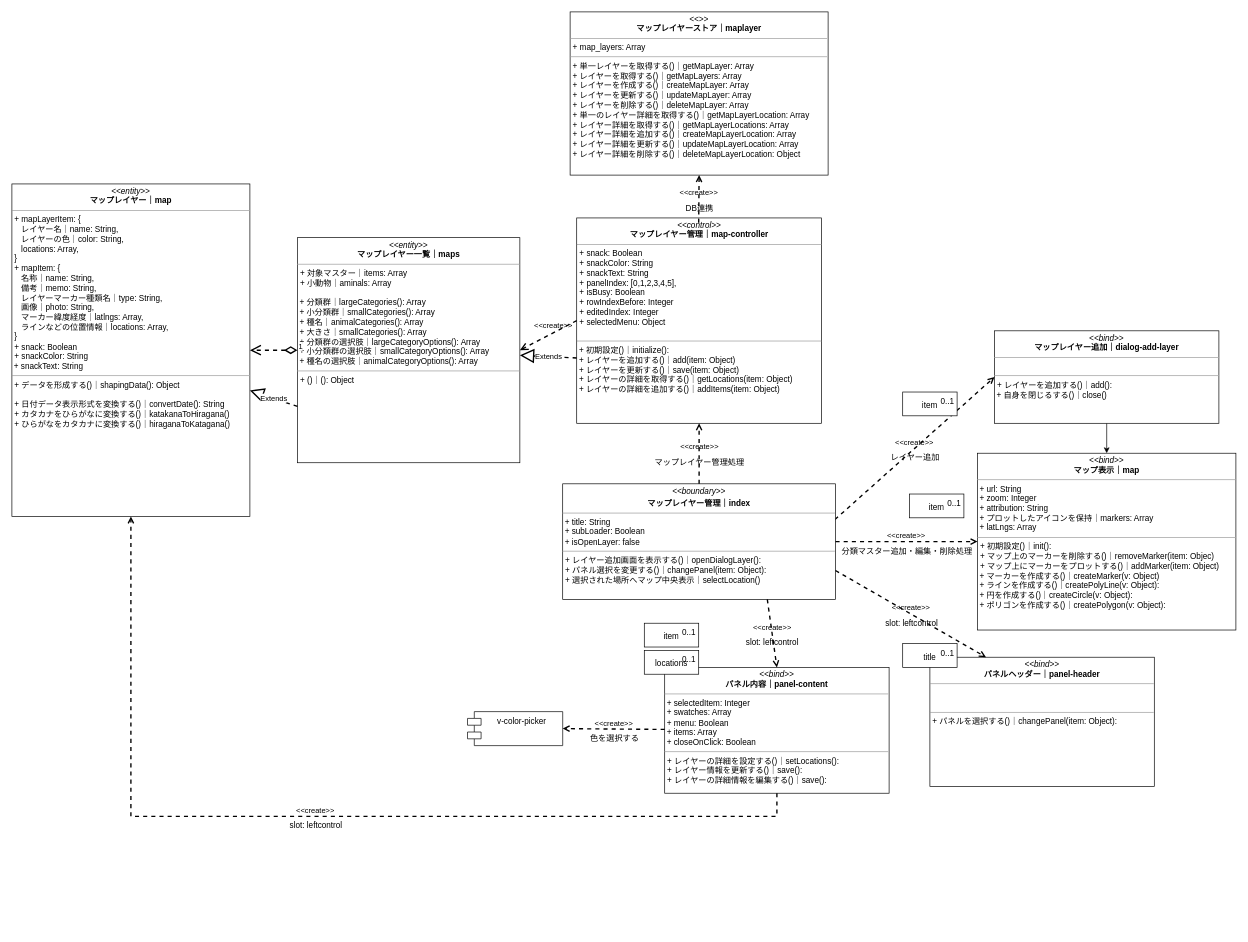
Before: iriomote-anymaps.drawio in kaoru387/draw.io, a draw.io diagram. Source tidied: cells renumbered, new cells numbered last; positions are measured from the earlier drawing's top-left corner, leaving out a move shared by most shapes. Both pictures are drawn from the tidied source at 68%, with x=0, y=0 at pixel (12, 12).
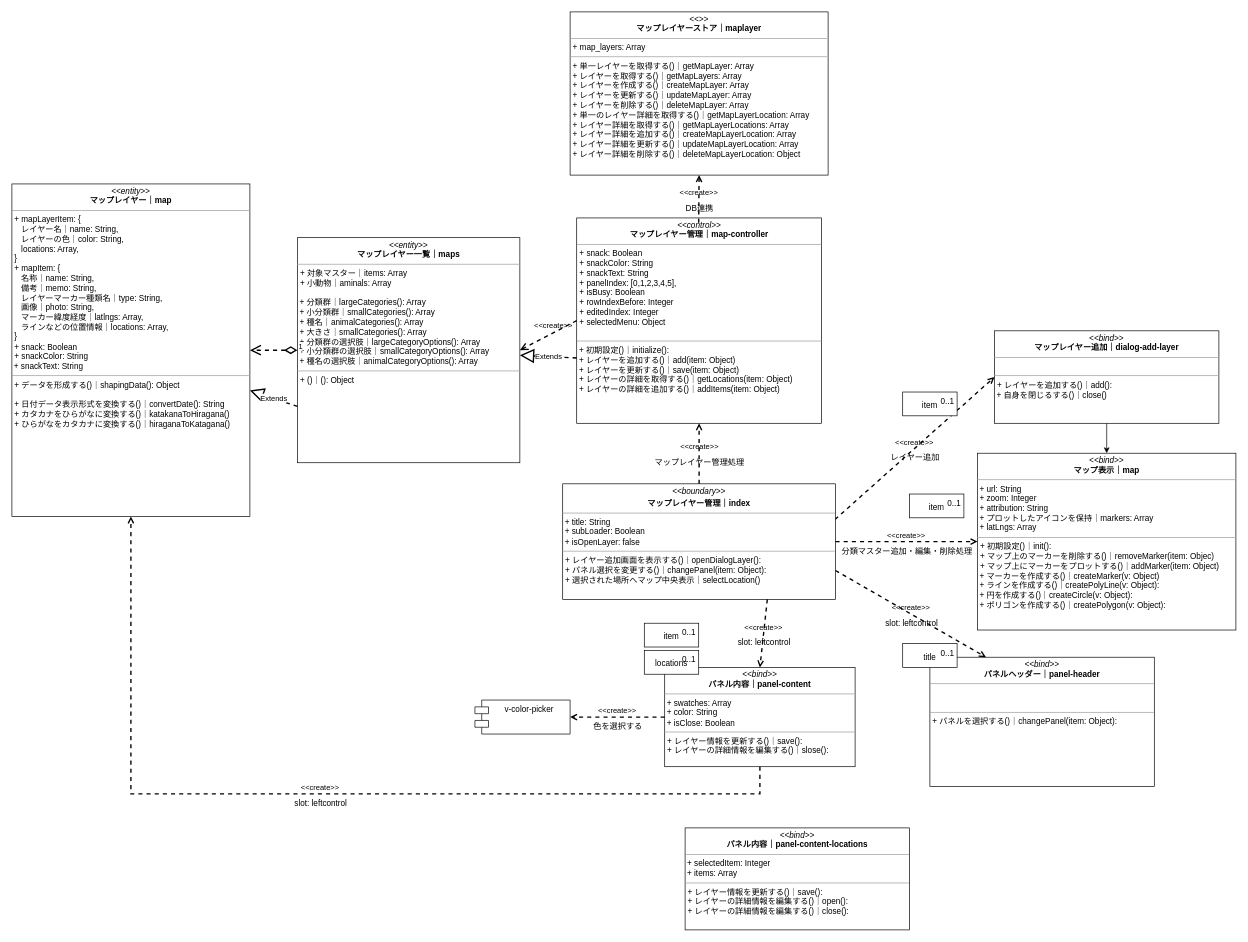
The same diagram, later.

Commit message:
iriomote-anymaps.drawio を更新します

The change refers to these unchanged cells:
```xml
<mxCell id="3" value="&lt;p style=&quot;margin:0px;margin-top:4px;text-align:center;&quot;&gt;&lt;i&gt;&amp;lt;&amp;lt;entity&amp;gt;&amp;gt;&lt;/i&gt;&lt;br&gt;&lt;b&gt;マップレイヤー｜map&lt;/b&gt;&lt;/p&gt;&lt;hr size=&quot;1&quot;&gt;&lt;p style=&quot;margin:0px;margin-left:4px;&quot;&gt;&lt;span style=&quot;background-color: initial;&quot;&gt;+ mapLayerItem: {&amp;nbsp;&lt;/span&gt;&lt;/p&gt;&lt;p style=&quot;margin:0px;margin-left:4px;&quot;&gt;&lt;span style=&quot;background-color: initial;&quot;&gt;&amp;nbsp; &amp;nbsp;レイヤー名｜name: String,&lt;/span&gt;&lt;br&gt;&lt;/p&gt;&lt;p style=&quot;margin:0px;margin-left:4px;&quot;&gt;&lt;span style=&quot;background-color: initial;&quot;&gt;&amp;nbsp; &amp;nbsp;レイヤーの色｜color: String,&lt;/span&gt;&lt;br&gt;&lt;/p&gt;&lt;p style=&quot;margin:0px;margin-left:4px;&quot;&gt;&lt;span style=&quot;background-color: initial;&quot;&gt;&amp;nbsp; &amp;nbsp;locations: Array,&lt;/span&gt;&lt;br&gt;&lt;/p&gt;&lt;p style=&quot;margin:0px;margin-left:4px;&quot;&gt;}&lt;/p&gt;&lt;p style=&quot;margin: 0px 0px 0px 4px;&quot;&gt;+&amp;nbsp;mapItem: {&lt;/p&gt;&lt;p style=&quot;margin: 0px 0px 0px 4px;&quot;&gt;&amp;nbsp; &amp;nbsp;名称｜name: String,&lt;br&gt;&lt;/p&gt;&lt;p style=&quot;margin: 0px 0px 0px 4px;&quot;&gt;&amp;nbsp; &amp;nbsp;備考｜memo: String,&lt;br&gt;&lt;/p&gt;&lt;p style=&quot;margin: 0px 0px 0px 4px;&quot;&gt;&amp;nbsp; &amp;nbsp;レイヤーマーカー種類名｜type: String,&lt;br&gt;&lt;/p&gt;&lt;p style=&quot;margin: 0px 0px 0px 4px;&quot;&gt;&amp;nbsp; &amp;nbsp;画像｜photo: String,&lt;br&gt;&lt;/p&gt;&lt;p style=&quot;margin: 0px 0px 0px 4px;&quot;&gt;&amp;nbsp; &amp;nbsp;マーカー緯度経度｜latlngs: Array,&lt;br&gt;&lt;/p&gt;&lt;p style=&quot;margin: 0px 0px 0px 4px;&quot;&gt;&amp;nbsp; &amp;nbsp;ラインなどの位置情報｜locations: Array,&lt;br&gt;&lt;/p&gt;&lt;p style=&quot;margin: 0px 0px 0px 4px;&quot;&gt;}&lt;/p&gt;&lt;p style=&quot;margin: 0px 0px 0px 4px;&quot;&gt;&lt;span style=&quot;background-color: initial;&quot;&gt;+&amp;nbsp;snack: Boolean&lt;/span&gt;&lt;br&gt;&lt;/p&gt;&lt;p style=&quot;margin: 0px 0px 0px 4px;&quot;&gt;+&amp;nbsp;snackColor: String&lt;span style=&quot;background-color: initial;&quot;&gt;&lt;br&gt;&lt;/span&gt;&lt;/p&gt;&amp;nbsp;+&amp;nbsp;snackText&lt;span style=&quot;background-color: initial;&quot;&gt;: String&lt;/span&gt;&lt;br&gt;&lt;hr size=&quot;1&quot;&gt;&lt;p style=&quot;margin:0px;margin-left:4px;&quot;&gt;+ データを形成する()｜shapingData(): Object&lt;br&gt;&lt;/p&gt;&lt;p style=&quot;margin:0px;margin-left:4px;&quot;&gt;&lt;br&gt;&lt;/p&gt;&lt;p style=&quot;margin:0px;margin-left:4px;&quot;&gt;+ 日付データ表示形式を変換する()｜convertDate(): String&lt;br&gt;&lt;/p&gt;&lt;p style=&quot;margin:0px;margin-left:4px;&quot;&gt;+ カタカナをひらがなに変換する()｜katakanaToHiragana()&lt;/p&gt;&lt;p style=&quot;margin:0px;margin-left:4px;&quot;&gt;+ ひらがなをカタカナ&lt;span style=&quot;background-color: initial;&quot;&gt;に変換する()｜hiraganaToKatagana()&lt;/span&gt;&lt;/p&gt;" style="verticalAlign=top;align=left;overflow=fill;fontSize=12;fontFamily=Helvetica;html=1;" parent="1" vertex="1">
  <mxGeometry y="253" width="350" height="489" as="geometry" />
</mxCell>
```

What changed in the source:
```diff
@@
-    <mxCell id="20" value="&lt;p style=&quot;margin:0px;margin-top:4px;text-align:center;&quot;&gt;&lt;i&gt;&amp;lt;&amp;lt;bind&amp;gt;&amp;gt;&lt;/i&gt;&lt;br&gt;&lt;b&gt;パネル内容｜&lt;/b&gt;&lt;b style=&quot;background-color: initial;&quot;&gt;panel-content&lt;/b&gt;&lt;/p&gt;&lt;hr size=&quot;1&quot;&gt;&lt;div&gt;&lt;span style=&quot;background-color: initial;&quot;&gt;&amp;nbsp;+ selectedItem: Integer&lt;/span&gt;&lt;/div&gt;&lt;div&gt;&lt;span style=&quot;background-color: initial;&quot;&gt;&amp;nbsp;+ swatches: Array&lt;/span&gt;&lt;/div&gt;&amp;nbsp;+ menu: Boolean&lt;br&gt;&amp;nbsp;+ items: Array&lt;br&gt;&amp;nbsp;+&amp;nbsp;closeOnClick: Boolean&lt;br&gt;&lt;hr size=&quot;1&quot;&gt;&lt;p style=&quot;margin:0px;margin-left:4px;&quot;&gt;&lt;span style=&quot;background-color: initial;&quot;&gt;+ レイヤーの詳細を設定する()｜&lt;/span&gt;setLocations&lt;span style=&quot;background-color: initial;&quot;&gt;():&amp;nbsp;&lt;/span&gt;&lt;br&gt;&lt;/p&gt;&lt;p style=&quot;margin:0px;margin-left:4px;&quot;&gt;+ レイヤー情報を更新する()｜save():&amp;nbsp;&lt;span style=&quot;background-color: initial;&quot;&gt;&lt;br&gt;&lt;/span&gt;&lt;/p&gt;&lt;p style=&quot;margin:0px;margin-left:4px;&quot;&gt;+ レイヤーの詳細情報を編集する()｜save():&amp;nbsp;&lt;span style=&quot;background-color: initial;&quot;&gt;&lt;br&gt;&lt;/span&gt;&lt;/p&gt;" style="verticalAlign=top;align=left;overflow=fill;fontSize=12;fontFamily=Helvetica;html=1;" parent="1" vertex="1">
-      <mxGeometry x="960" y="964" width="330" height="185" as="geometry" />
+    <mxCell id="20" value="&lt;p style=&quot;margin:0px;margin-top:4px;text-align:center;&quot;&gt;&lt;i&gt;&amp;lt;&amp;lt;bind&amp;gt;&amp;gt;&lt;/i&gt;&lt;br&gt;&lt;b&gt;パネル内容｜&lt;/b&gt;&lt;b style=&quot;background-color: initial;&quot;&gt;panel-content&lt;/b&gt;&lt;/p&gt;&lt;hr size=&quot;1&quot;&gt;&lt;div&gt;&lt;span style=&quot;background-color: initial;&quot;&gt;&amp;nbsp;+ swatches: Array&lt;/span&gt;&lt;/div&gt;&amp;nbsp;+ color: String&lt;br&gt;&amp;nbsp;+&amp;nbsp;isClose: Boolean&lt;br&gt;&lt;hr size=&quot;1&quot;&gt;&lt;p style=&quot;margin:0px;margin-left:4px;&quot;&gt;&lt;span style=&quot;background-color: initial;&quot;&gt;+ レイヤー情報を更新する()｜save():&amp;nbsp;&lt;/span&gt;&lt;br&gt;&lt;/p&gt;&lt;p style=&quot;margin:0px;margin-left:4px;&quot;&gt;+ レイヤーの詳細情報を編集する()｜slose():&amp;nbsp;&lt;span style=&quot;background-color: initial;&quot;&gt;&lt;br&gt;&lt;/span&gt;&lt;/p&gt;" style="verticalAlign=top;align=left;overflow=fill;fontSize=12;fontFamily=Helvetica;html=1;" parent="1" vertex="1">
+      <mxGeometry x="960" y="964" width="280" height="146" as="geometry" />
     </mxCell>
@@
     <mxCell id="25" value="v-color-picker" style="shape=module;align=left;spacingLeft=20;align=center;verticalAlign=top;" parent="1" vertex="1">
-      <mxGeometry x="670" y="1029" width="140" height="50" as="geometry" />
+      <mxGeometry x="680.9" y="1012" width="140" height="50" as="geometry" />
     </mxCell>
@@
     <mxCell id="38" value="&amp;lt;&amp;lt;create&amp;gt;&amp;gt;" style="endArrow=open;html=1;rounded=0;align=center;verticalAlign=bottom;dashed=1;endFill=0;labelBackgroundColor=none;fontColor=#000000;startSize=22;endSize=6;sourcePerimeterSpacing=0;targetPerimeterSpacing=0;strokeWidth=2;jumpSize=6;entryX=0.5;entryY=1;entryDx=0;entryDy=0;exitX=0.5;exitY=1;exitDx=0;exitDy=0;edgeStyle=orthogonalEdgeStyle;" parent="1" edge="1" source="20" target="3">
       <mxGeometry relative="1" as="geometry">
         <Array as="points">
-          <mxPoint x="1125" y="1183" />
-          <mxPoint x="175" y="1183" />
+          <mxPoint x="1100" y="1150" />
+          <mxPoint x="175" y="1150" />
         </Array>
       </mxGeometry>
     </mxCell>
@@
+    <mxCell id="43" value="&lt;p style=&quot;margin:0px;margin-top:4px;text-align:center;&quot;&gt;&lt;i&gt;&amp;lt;&amp;lt;bind&amp;gt;&amp;gt;&lt;/i&gt;&lt;br&gt;&lt;b&gt;パネル内容｜&lt;/b&gt;&lt;b style=&quot;background-color: initial;&quot;&gt;panel-content-locations&lt;/b&gt;&lt;/p&gt;&lt;hr size=&quot;1&quot;&gt;&lt;div&gt;&lt;span style=&quot;background-color: initial;&quot;&gt;&amp;nbsp;+ selectedItem: Integer&lt;/span&gt;&lt;/div&gt;&lt;div&gt;&lt;/div&gt;&amp;nbsp;+ items: Array&lt;br&gt;&lt;hr size=&quot;1&quot;&gt;&lt;p style=&quot;margin:0px;margin-left:4px;&quot;&gt;&lt;span style=&quot;background-color: initial;&quot;&gt;+ レイヤー情報を更新する()｜save():&amp;nbsp;&lt;/span&gt;&lt;br&gt;&lt;/p&gt;&lt;p style=&quot;margin:0px;margin-left:4px;&quot;&gt;+ レイヤーの詳細情報を編集する()｜open():&amp;nbsp;&lt;span style=&quot;background-color: initial;&quot;&gt;&lt;br&gt;&lt;/span&gt;&lt;/p&gt;&lt;p style=&quot;margin:0px;margin-left:4px;&quot;&gt;+ レイヤーの詳細情報を編集する()｜close():&amp;nbsp;&lt;br&gt;&lt;/p&gt;" style="verticalAlign=top;align=left;overflow=fill;fontSize=12;fontFamily=Helvetica;html=1;" parent="1" vertex="1">
+      <mxGeometry x="990" y="1200" width="330" height="150" as="geometry" />
+    </mxCell>
```
